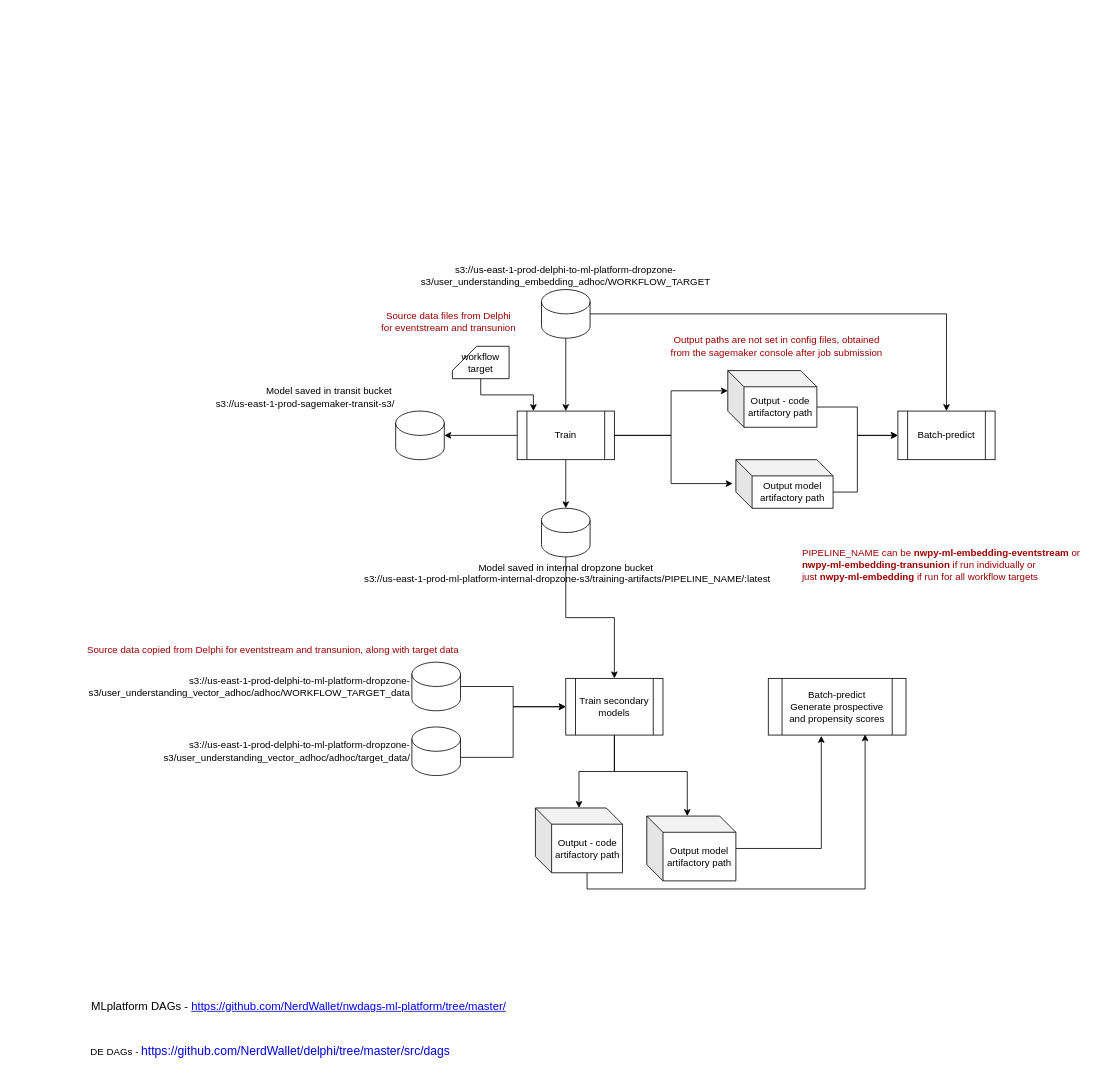
sjster/draw.io keeps this draw.io diagram as production_dags.drawio. Above is the earlier version. Source tidied: cells renumbered, new cells numbered last; positions are measured from the earlier drawing's top-left corner, leaving out a move shared by most shapes. Both pictures are drawn from the tidied source at 81%, with x=0, y=0 at pixel (79, 289).
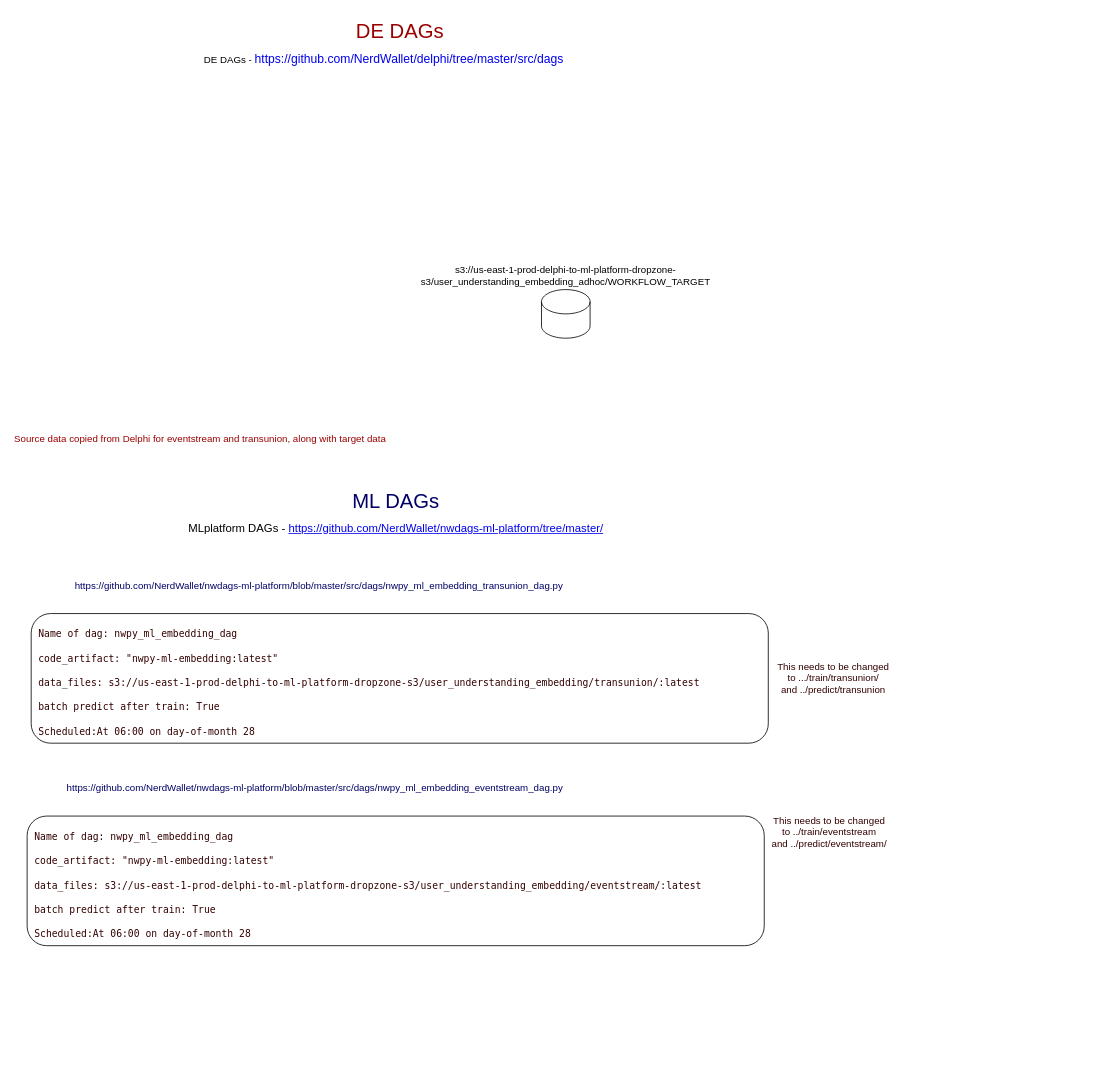
After the change.

Unchanged cells that the change refers to:
```xml
<mxCell id="10" value="s3://us-east-1-prod-delphi-to-ml-platform-dropzone-s3/user_understanding_embedding_adhoc/WORKFLOW_TARGET" style="shape=cylinder3;whiteSpace=wrap;html=1;boundedLbl=1;backgroundOutline=1;size=15;labelPosition=center;verticalLabelPosition=top;align=center;verticalAlign=bottom;" parent="1" vertex="1">
  <mxGeometry x="570" width="60" height="60" as="geometry" />
</mxCell>
```

Change to the diagram source:
```diff
@@
-    <mxCell id="2" style="edgeStyle=orthogonalEdgeStyle;rounded=0;jettySize=auto;html=1;" parent="1" edge="1" source="10" target="7">
-      <mxGeometry relative="1" as="geometry" />
-    </mxCell>
-    <mxCell id="3" style="edgeStyle=orthogonalEdgeStyle;rounded=0;jettySize=auto;html=1;entryX=0;entryY=0;entryDx=0;entryDy=25;entryPerimeter=0;" parent="1" edge="1" source="7" target="15">
-      <mxGeometry relative="1" as="geometry" />
-    </mxCell>
-    <mxCell id="4" style="edgeStyle=orthogonalEdgeStyle;rounded=0;jettySize=auto;html=1;exitX=1;exitY=0.5;exitDx=0;exitDy=0;entryX=-0.033;entryY=0.492;entryDx=0;entryDy=0;entryPerimeter=0;" parent="1" edge="1" source="7" target="17">
-      <mxGeometry relative="1" as="geometry">
-        <Array as="points">
-          <mxPoint x="730" y="180" />
-          <mxPoint x="730" y="240" />
-        </Array>
-      </mxGeometry>
-    </mxCell>
-    <mxCell id="5" style="edgeStyle=orthogonalEdgeStyle;rounded=0;jettySize=auto;html=1;entryX=1;entryY=0.5;entryDx=0;entryDy=0;entryPerimeter=0;" parent="1" edge="1" source="7" target="11">
-      <mxGeometry relative="1" as="geometry" />
-    </mxCell>
-    <mxCell id="6" style="edgeStyle=orthogonalEdgeStyle;rounded=0;jettySize=auto;html=1;exitX=0.5;exitY=1;exitDx=0;exitDy=0;entryX=0.5;entryY=0;entryDx=0;entryDy=0;entryPerimeter=0;fontColor=#990000;" parent="1" edge="1" source="7" target="13">
-      <mxGeometry relative="1" as="geometry" />
-    </mxCell>
-    <mxCell id="7" value="Train" style="shape=process;whiteSpace=wrap;html=1;backgroundOutline=1;" parent="1" vertex="1">
-      <mxGeometry x="540" y="150" width="120" height="60" as="geometry" />
-    </mxCell>
-    <mxCell id="8" value="Batch-predict" style="shape=process;whiteSpace=wrap;html=1;backgroundOutline=1;" parent="1" vertex="1">
-      <mxGeometry x="1010" y="150" width="120" height="60" as="geometry" />
-    </mxCell>
-    <mxCell id="9" style="edgeStyle=orthogonalEdgeStyle;rounded=0;jettySize=auto;html=1;entryX=0.5;entryY=0;entryDx=0;entryDy=0;" parent="1" edge="1" source="10" target="8">
-      <mxGeometry relative="1" as="geometry" />
-    </mxCell>
@@
-    <mxCell id="11" value="Model saved in transit bucket&amp;nbsp;&lt;br&gt;s3://us-east-1-prod-sagemaker-transit-s3/" style="shape=cylinder3;html=1;boundedLbl=1;backgroundOutline=1;size=15;labelPosition=left;verticalLabelPosition=top;align=right;verticalAlign=bottom;" parent="1" vertex="1">
-      <mxGeometry x="390" y="150" width="60" height="60" as="geometry" />
-    </mxCell>
-    <mxCell id="12" style="edgeStyle=orthogonalEdgeStyle;rounded=0;jettySize=auto;html=1;exitX=0.5;exitY=1;exitDx=0;exitDy=0;exitPerimeter=0;entryX=0.5;entryY=0;entryDx=0;entryDy=0;fontColor=#990000;" parent="1" edge="1" source="13" target="29">
-      <mxGeometry relative="1" as="geometry" />
-    </mxCell>
-    <mxCell id="13" value="Model saved in internal dropzone bucket&lt;br&gt;&amp;nbsp;s3://us-east-1-prod-ml-platform-internal-dropzone-s3/training-artifacts/PIPELINE_NAME/:latest" style="shape=cylinder3;html=1;boundedLbl=1;backgroundOutline=1;size=15;labelPosition=center;verticalLabelPosition=bottom;align=center;verticalAlign=top;" parent="1" vertex="1">
-      <mxGeometry x="570" y="270" width="60" height="60" as="geometry" />
-    </mxCell>
-    <mxCell id="14" style="edgeStyle=orthogonalEdgeStyle;rounded=0;jettySize=auto;html=1;exitX=0;exitY=0;exitDx=110;exitDy=45;exitPerimeter=0;entryX=0;entryY=0.5;entryDx=0;entryDy=0;" parent="1" edge="1" source="15" target="8">
-      <mxGeometry relative="1" as="geometry" />
-    </mxCell>
-    <mxCell id="15" value="Output - code artifactory path" style="shape=cube;whiteSpace=wrap;html=1;boundedLbl=1;backgroundOutline=1;darkOpacity=0.05;darkOpacity2=0.1;labelPosition=center;verticalLabelPosition=middle;align=center;verticalAlign=middle;" parent="1" vertex="1">
-      <mxGeometry x="800" y="100" width="110" height="70" as="geometry" />
-    </mxCell>
-    <mxCell id="16" style="edgeStyle=orthogonalEdgeStyle;rounded=0;jettySize=auto;html=1;exitX=0;exitY=0;exitDx=120;exitDy=40;exitPerimeter=0;" parent="1" edge="1" source="17" target="8">
-      <mxGeometry relative="1" as="geometry">
-        <Array as="points">
-          <mxPoint x="960" y="250" />
-          <mxPoint x="960" y="180" />
-        </Array>
-      </mxGeometry>
-    </mxCell>
-    <mxCell id="17" value="Output model artifactory path" style="shape=cube;whiteSpace=wrap;html=1;boundedLbl=1;backgroundOutline=1;darkOpacity=0.05;darkOpacity2=0.1;" parent="1" vertex="1">
-      <mxGeometry x="810" y="210" width="120" height="60" as="geometry" />
-    </mxCell>
-    <mxCell id="18" value="&lt;font&gt;Output paths are not set&lt;/font&gt; in config files, obtained &lt;br&gt;from the sagemaker console after job submission" style="text;html=1;align=center;verticalAlign=middle;strokeColor=none;fillColor=none;fontColor=#990000;" parent="1" vertex="1">
-      <mxGeometry x="720" y="50" width="280" height="40" as="geometry" />
-    </mxCell>
-    <mxCell id="19" value="&lt;font color=&quot;#990000&quot;&gt;Source data files from Delphi &lt;br&gt;for eventstream and transunion&lt;/font&gt;" style="text;html=1;align=center;verticalAlign=middle;strokeColor=none;fillColor=none;" parent="1" vertex="1">
-      <mxGeometry x="360" y="20" width="190" height="40" as="geometry" />
-    </mxCell>
-    <mxCell id="20" value="PIPELINE_NAME can be&amp;nbsp;&lt;b&gt;nwpy-ml-embedding-eventstream&amp;nbsp;&lt;/b&gt;&lt;span style=&quot;background-color: initial;&quot;&gt;or&amp;nbsp;&lt;br&gt;&lt;/span&gt;&lt;b style=&quot;background-color: initial;&quot;&gt;nwpy-ml-embedding-transunion&amp;nbsp;&lt;/b&gt;if run individually or &lt;br&gt;just&amp;nbsp;&lt;b&gt;nwpy-ml-embedding&lt;/b&gt; if run for all workflow targets&amp;nbsp;" style="text;html=1;align=left;verticalAlign=middle;strokeColor=none;fillColor=none;fontColor=#990000;" parent="1" vertex="1">
-      <mxGeometry x="890" y="310" width="370" height="60" as="geometry" />
-    </mxCell>
-    <mxCell id="21" style="edgeStyle=orthogonalEdgeStyle;rounded=0;jettySize=auto;html=1;exitX=0.5;exitY=1;exitDx=0;exitDy=0;exitPerimeter=0;entryX=0.167;entryY=0;entryDx=0;entryDy=0;entryPerimeter=0;fontColor=#000000;" parent="1" edge="1" source="22" target="7">
-      <mxGeometry relative="1" as="geometry" />
-    </mxCell>
-    <mxCell id="22" value="workflow target" style="shape=card;whiteSpace=wrap;html=1;labelBackgroundColor=none;fontColor=#000000;" parent="1" vertex="1">
-      <mxGeometry x="460" y="70" width="70" height="40" as="geometry" />
-    </mxCell>
-    <mxCell id="23" style="edgeStyle=orthogonalEdgeStyle;rounded=0;jettySize=auto;html=1;exitX=1;exitY=0.5;exitDx=0;exitDy=0;exitPerimeter=0;entryX=0;entryY=0.5;entryDx=0;entryDy=0;fontColor=#990000;" parent="1" edge="1" source="24" target="29">
-      <mxGeometry relative="1" as="geometry" />
-    </mxCell>
-    <mxCell id="24" value="s3://us-east-1-prod-delphi-to-ml-platform-dropzone-s3/user_understanding_vector_adhoc/adhoc/WORKFLOW_TARGET_data" style="shape=cylinder3;whiteSpace=wrap;html=1;boundedLbl=1;backgroundOutline=1;size=15;labelBackgroundColor=none;fontColor=#000000;labelPosition=left;verticalLabelPosition=middle;align=right;verticalAlign=middle;" parent="1" vertex="1">
-      <mxGeometry x="410" y="460" width="60" height="60" as="geometry" />
-    </mxCell>
-    <mxCell id="25" style="edgeStyle=orthogonalEdgeStyle;rounded=0;jettySize=auto;html=1;exitX=1;exitY=0;exitDx=0;exitDy=37.5;exitPerimeter=0;fontColor=#990000;" parent="1" edge="1" source="26" target="29">
-      <mxGeometry relative="1" as="geometry" />
-    </mxCell>
-    <mxCell id="26" value="s3://us-east-1-prod-delphi-to-ml-platform-dropzone-s3/user_understanding_vector_adhoc/adhoc/target_data/" style="shape=cylinder3;whiteSpace=wrap;html=1;boundedLbl=1;backgroundOutline=1;size=15;labelBackgroundColor=none;fontColor=#000000;labelPosition=left;verticalLabelPosition=middle;align=right;verticalAlign=middle;" parent="1" vertex="1">
-      <mxGeometry x="410" y="540" width="60" height="60" as="geometry" />
-    </mxCell>
-    <mxCell id="27" style="edgeStyle=orthogonalEdgeStyle;rounded=0;jettySize=auto;html=1;exitX=0.5;exitY=1;exitDx=0;exitDy=0;fontColor=#000000;" parent="1" edge="1" source="29" target="33">
-      <mxGeometry relative="1" as="geometry" />
-    </mxCell>
-    <mxCell id="28" style="edgeStyle=orthogonalEdgeStyle;rounded=0;jettySize=auto;html=1;entryX=0;entryY=0;entryDx=50;entryDy=0;entryPerimeter=0;fontColor=#000000;" parent="1" edge="1" source="29" target="35">
-      <mxGeometry relative="1" as="geometry">
-        <Array as="points">
-          <mxPoint x="660" y="595" />
-          <mxPoint x="750" y="595" />
-        </Array>
-      </mxGeometry>
-    </mxCell>
-    <mxCell id="29" value="Train secondary models" style="shape=process;whiteSpace=wrap;html=1;backgroundOutline=1;labelBackgroundColor=none;fontColor=#000000;" parent="1" vertex="1">
-      <mxGeometry x="600" y="480" width="120" height="70" as="geometry" />
-    </mxCell>
-    <mxCell id="30" value="Batch-predict&lt;br&gt;Generate prospective and propensity scores" style="shape=process;whiteSpace=wrap;html=1;backgroundOutline=1;labelBackgroundColor=none;fontColor=#000000;" parent="1" vertex="1">
-      <mxGeometry x="850" y="480" width="170" height="70" as="geometry" />
-    </mxCell>
     <mxCell id="31" value="Source data copied from Delphi for eventstream and transunion, along with target data&amp;nbsp;" style="text;html=1;strokeColor=none;fillColor=none;align=center;verticalAlign=middle;rounded=0;labelBackgroundColor=none;fontColor=#990000;" parent="1" vertex="1">
-      <mxGeometry x="210" y="430" width="60" height="30" as="geometry" />
+      <mxGeometry x="120" y="170" width="60" height="30" as="geometry" />
     </mxCell>
-    <mxCell id="32" style="edgeStyle=orthogonalEdgeStyle;rounded=0;jettySize=auto;html=1;exitX=0;exitY=0;exitDx=63.75;exitDy=80;exitPerimeter=0;fontColor=#000000;entryX=0.703;entryY=0.986;entryDx=0;entryDy=0;entryPerimeter=0;" parent="1" edge="1" source="33" target="30">
-      <mxGeometry relative="1" as="geometry" />
+    <mxCell id="32" style="edgeStyle=orthogonalEdgeStyle;rounded=0;orthogonalLoop=1;jettySize=auto;html=1;exitX=0;exitY=0;exitDx=63.75;exitDy=80;exitPerimeter=0;fontColor=#000000;entryX=0.703;entryY=0.986;entryDx=0;entryDy=0;entryPerimeter=0;" parent="1" edge="1">
+      <mxGeometry relative="1" as="geometry">
+        <mxPoint x="969.5" y="549" as="targetPoint" />
+      </mxGeometry>
     </mxCell>
-    <mxCell id="33" value="&lt;font color=&quot;#000000&quot;&gt;Output - code artifactory path&lt;/font&gt;" style="shape=cube;whiteSpace=wrap;html=1;boundedLbl=1;backgroundOutline=1;darkOpacity=0.05;darkOpacity2=0.1;labelBackgroundColor=none;fontColor=#990000;" parent="1" vertex="1">
-      <mxGeometry x="562.5" y="640" width="107.5" height="80" as="geometry" />
-    </mxCell>
-    <mxCell id="34" style="edgeStyle=orthogonalEdgeStyle;rounded=0;jettySize=auto;html=1;entryX=0.385;entryY=1.014;entryDx=0;entryDy=0;entryPerimeter=0;fontColor=#000000;" parent="1" edge="1" source="35" target="30">
-      <mxGeometry relative="1" as="geometry" />
-    </mxCell>
-    <mxCell id="35" value="&lt;font color=&quot;#000000&quot;&gt;Output model artifactory path&lt;/font&gt;" style="shape=cube;whiteSpace=wrap;html=1;boundedLbl=1;backgroundOutline=1;darkOpacity=0.05;darkOpacity2=0.1;labelBackgroundColor=none;fontColor=#990000;" parent="1" vertex="1">
-      <mxGeometry x="700" y="650" width="110" height="80" as="geometry" />
-    </mxCell>
     <mxCell id="36" value="&lt;font style=&quot;font-size: 14px;&quot;&gt;MLplatform DAGs - &lt;a href=&quot;https://github.com/NerdWallet/delphi/tree/master/src/dags&quot;&gt;https://github.com/NerdWallet/nwdags-ml-platform/tree/master/&lt;/a&gt;&lt;/font&gt;" style="text;html=1;align=center;verticalAlign=middle;strokeColor=none;fillColor=none;fontColor=#000000;" parent="1" vertex="1">
-      <mxGeometry y="870" width="540" height="30" as="geometry" />
+      <mxGeometry x="120" y="280" width="540" height="30" as="geometry" />
     </mxCell>
     <mxCell id="37" value="DE DAGs -&amp;nbsp;&lt;a style=&quot;box-sizing: inherit; text-decoration-line: none; font-family: Slack-Lato, Slack-Fractions, appleLogo, sans-serif; font-size: 15px; font-variant-ligatures: common-ligatures; text-align: left;&quot; tabindex=&quot;-1&quot; rel=&quot;noopener noreferrer&quot; href=&quot;https://github.com/NerdWallet/delphi/tree/master/src/dags&quot; class=&quot;c-link&quot; target=&quot;_blank&quot;&gt;https://github.com/NerdWallet/delphi/tree/master/src/dags&lt;/a&gt;" style="text;html=1;align=center;verticalAlign=middle;strokeColor=none;fillColor=none;fontColor=#000000;" parent="1" vertex="1">
-      <mxGeometry y="925" width="470" height="30" as="geometry" />
+      <mxGeometry x="140" y="-300" width="470" height="30" as="geometry" />
     </mxCell>
+    <mxCell id="38" value="&lt;font color=&quot;#990000&quot; style=&quot;font-size: 25px;&quot;&gt;DE DAGs&lt;/font&gt;" style="text;html=1;align=center;verticalAlign=middle;strokeColor=none;fillColor=none;" parent="1" vertex="1">
+      <mxGeometry x="330" y="-340" width="130" height="40" as="geometry" />
+    </mxCell>
+    <mxCell id="39" value="&lt;font color=&quot;#000066&quot;&gt;ML DAGs&lt;/font&gt;" style="text;html=1;align=center;verticalAlign=middle;strokeColor=none;fillColor=none;fontSize=25;" parent="1" vertex="1">
+      <mxGeometry x="325" y="240" width="130" height="40" as="geometry" />
+    </mxCell>
+    <mxCell id="40" value="&lt;span style=&quot;caret-color: rgb(165, 214, 255); font-family: ui-monospace, SFMono-Regular, &amp;quot;SF Mono&amp;quot;, Menlo, Consolas, &amp;quot;Liberation Mono&amp;quot;, monospace; font-size: 12px; text-size-adjust: auto;&quot;&gt;&lt;font color=&quot;#330000&quot;&gt;&lt;span style=&quot;white-space: pre;&quot;&gt; &lt;/span&gt;Name of dag: nwpy_ml_embedding_dag&lt;br&gt;&lt;span style=&quot;box-sizing: border-box; caret-color: rgb(201, 209, 217); text-size-adjust: auto;&quot; class=&quot;pl-s1&quot;&gt;&lt;span style=&quot;box-sizing: border-box;&quot; data-hydro-click=&quot;{&amp;quot;event_type&amp;quot;:&amp;quot;code_navigation.click_on_symbol&amp;quot;,&amp;quot;payload&amp;quot;:{&amp;quot;action&amp;quot;:&amp;quot;click_on_symbol&amp;quot;,&amp;quot;repository_id&amp;quot;:171959319,&amp;quot;ref&amp;quot;:&amp;quot;master&amp;quot;,&amp;quot;language&amp;quot;:&amp;quot;Python&amp;quot;,&amp;quot;backend&amp;quot;:&amp;quot;ALEPH_PRECISE&amp;quot;,&amp;quot;code_nav_context&amp;quot;:&amp;quot;BLOB_VIEW&amp;quot;,&amp;quot;retry_backend&amp;quot;:&amp;quot;&amp;quot;,&amp;quot;originating_url&amp;quot;:&amp;quot;https://github.com/NerdWallet/nwdags-ml-platform/find-definition?q=code_artifact&amp;amp;blob_path=src%2Fdags%2Fnwpy_ml_embedding_eventstream_dag.py&amp;amp;ref=master&amp;amp;language=Python&amp;amp;row=12&amp;amp;col=0&amp;amp;code_nav_context=BLOB_VIEW&amp;quot;,&amp;quot;user_id&amp;quot;:102988599}}&quot; class=&quot;pl-token&quot;&gt;&lt;span style=&quot;white-space: pre;&quot;&gt; &lt;/span&gt;code_artifact:&lt;/span&gt;&lt;/span&gt;&lt;span style=&quot;caret-color: rgb(201, 209, 217); text-size-adjust: auto;&quot;&gt;&amp;nbsp;&lt;/span&gt;&lt;span style=&quot;box-sizing: border-box; text-size-adjust: auto;&quot; class=&quot;pl-s&quot;&gt;&quot;nwpy-ml-embedding:latest&quot;&lt;br&gt;&lt;span style=&quot;text-size-adjust: auto;&quot;&gt;&lt;span style=&quot;white-space: pre;&quot;&gt; &lt;/span&gt;data_files: s3://us-east-1-prod-delphi-to-ml-platform-dropzone-s3/user_understanding_embedding/transunion/:latest&lt;br&gt;&lt;/span&gt;&lt;/span&gt;&lt;span style=&quot;white-space: pre;&quot;&gt; &lt;/span&gt;batch predict after train: True&amp;nbsp;&lt;br&gt;&lt;/font&gt;&lt;span style=&quot;caret-color: rgb(139, 148, 158); text-size-adjust: auto;&quot;&gt;&lt;font color=&quot;#330000&quot;&gt;&lt;span style=&quot;white-space: pre;&quot;&gt; &lt;/span&gt;Scheduled:At 06:00 on day-of-month 28&lt;/font&gt;&lt;/span&gt;&lt;br&gt;&lt;/span&gt;" style="rounded=1;whiteSpace=wrap;html=1;fontSize=25;fontColor=#000066;align=left;" parent="1" vertex="1">
+      <mxGeometry x="-60" y="400" width="910" height="160" as="geometry" />
+    </mxCell>
+    <mxCell id="41" value="&lt;font style=&quot;font-size: 12px;&quot;&gt;https://github.com/NerdWallet/nwdags-ml-platform/blob/master/src/dags/nwpy_ml_embedding_transunion_dag.py&lt;/font&gt;" style="text;html=1;align=center;verticalAlign=middle;strokeColor=none;fillColor=none;fontSize=25;fontColor=#000066;" parent="1" vertex="1">
+      <mxGeometry x="-20" y="340" width="630" height="40" as="geometry" />
+    </mxCell>
+    <mxCell id="42" value="https://github.com/NerdWallet/nwdags-ml-platform/blob/master/src/dags/nwpy_ml_embedding_eventstream_dag.py" style="text;html=1;align=center;verticalAlign=middle;strokeColor=none;fillColor=none;fontSize=12;fontColor=#000066;" parent="1" vertex="1">
+      <mxGeometry x="-30" y="600" width="640" height="30" as="geometry" />
+    </mxCell>
+    <mxCell id="43" value="&lt;span style=&quot;caret-color: rgb(165, 214, 255); font-family: ui-monospace, SFMono-Regular, &amp;quot;SF Mono&amp;quot;, Menlo, Consolas, &amp;quot;Liberation Mono&amp;quot;, monospace; font-size: 12px; text-size-adjust: auto;&quot;&gt;&lt;font color=&quot;#330000&quot;&gt;&lt;span style=&quot;white-space: pre;&quot;&gt; &lt;/span&gt;Name of dag: nwpy_ml_embedding_dag&lt;br&gt;&lt;span style=&quot;box-sizing: border-box; caret-color: rgb(201, 209, 217); text-size-adjust: auto;&quot; class=&quot;pl-s1&quot;&gt;&lt;span style=&quot;box-sizing: border-box;&quot; data-hydro-click=&quot;{&amp;quot;event_type&amp;quot;:&amp;quot;code_navigation.click_on_symbol&amp;quot;,&amp;quot;payload&amp;quot;:{&amp;quot;action&amp;quot;:&amp;quot;click_on_symbol&amp;quot;,&amp;quot;repository_id&amp;quot;:171959319,&amp;quot;ref&amp;quot;:&amp;quot;master&amp;quot;,&amp;quot;language&amp;quot;:&amp;quot;Python&amp;quot;,&amp;quot;backend&amp;quot;:&amp;quot;ALEPH_PRECISE&amp;quot;,&amp;quot;code_nav_context&amp;quot;:&amp;quot;BLOB_VIEW&amp;quot;,&amp;quot;retry_backend&amp;quot;:&amp;quot;&amp;quot;,&amp;quot;originating_url&amp;quot;:&amp;quot;https://github.com/NerdWallet/nwdags-ml-platform/find-definition?q=code_artifact&amp;amp;blob_path=src%2Fdags%2Fnwpy_ml_embedding_eventstream_dag.py&amp;amp;ref=master&amp;amp;language=Python&amp;amp;row=12&amp;amp;col=0&amp;amp;code_nav_context=BLOB_VIEW&amp;quot;,&amp;quot;user_id&amp;quot;:102988599}}&quot; class=&quot;pl-token&quot;&gt;&lt;span style=&quot;white-space: pre;&quot;&gt; &lt;/span&gt;code_artifact:&lt;/span&gt;&lt;/span&gt;&lt;span style=&quot;caret-color: rgb(201, 209, 217); text-size-adjust: auto;&quot;&gt;&amp;nbsp;&lt;/span&gt;&lt;span style=&quot;box-sizing: border-box; text-size-adjust: auto;&quot; class=&quot;pl-s&quot;&gt;&quot;nwpy-ml-embedding:latest&quot;&lt;br&gt;&lt;span style=&quot;text-size-adjust: auto;&quot;&gt;&lt;span style=&quot;white-space: pre;&quot;&gt; &lt;/span&gt;data_files: s3://us-east-1-prod-delphi-to-ml-platform-dropzone-s3/user_understanding_embedding/eventstream/:latest&lt;br&gt;&lt;/span&gt;&lt;/span&gt;&lt;span style=&quot;white-space: pre;&quot;&gt; &lt;/span&gt;batch predict after train: True&amp;nbsp;&lt;br&gt;&lt;/font&gt;&lt;span style=&quot;caret-color: rgb(139, 148, 158); text-size-adjust: auto;&quot;&gt;&lt;font color=&quot;#330000&quot;&gt;&lt;span style=&quot;white-space: pre;&quot;&gt; &lt;/span&gt;Scheduled:At 06:00 on day-of-month 28&lt;/font&gt;&lt;/span&gt;&lt;br&gt;&lt;/span&gt;" style="rounded=1;whiteSpace=wrap;html=1;fontSize=25;fontColor=#000066;align=left;" parent="1" vertex="1">
+      <mxGeometry x="-65" y="650" width="910" height="160" as="geometry" />
+    </mxCell>
+    <mxCell id="44" value="This needs to be changed &lt;br&gt;to .../train/transunion/&lt;br&gt;and ../predict/transunion" style="text;html=1;align=center;verticalAlign=middle;strokeColor=none;fillColor=none;fontSize=12;fontColor=#330000;" parent="1" vertex="1">
+      <mxGeometry x="850" y="450" width="160" height="60" as="geometry" />
+    </mxCell>
+    <mxCell id="45" value="This needs to be changed&lt;br&gt;to ../train/eventstream&lt;br&gt;and ../predict/eventstream/" style="text;html=1;align=center;verticalAlign=middle;strokeColor=none;fillColor=none;fontSize=12;fontColor=#330000;" parent="1" vertex="1">
+      <mxGeometry x="840" y="640" width="170" height="60" as="geometry" />
+    </mxCell>
```
